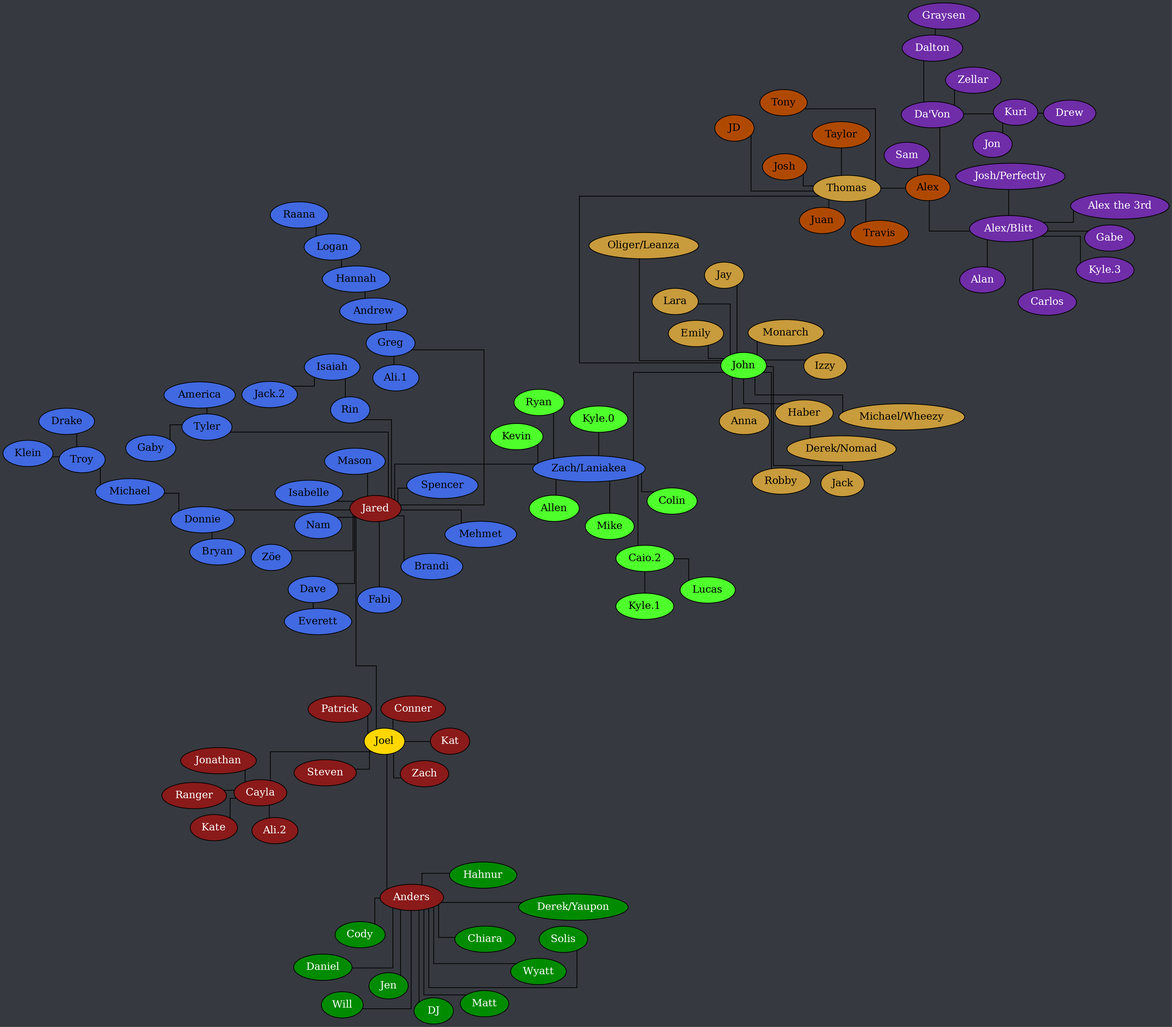
This is tree.png from Documidas/CoronaCatzFamilyTree, a Graphviz export, as it was before one commit. Its source is kept beside it as tree.dot.
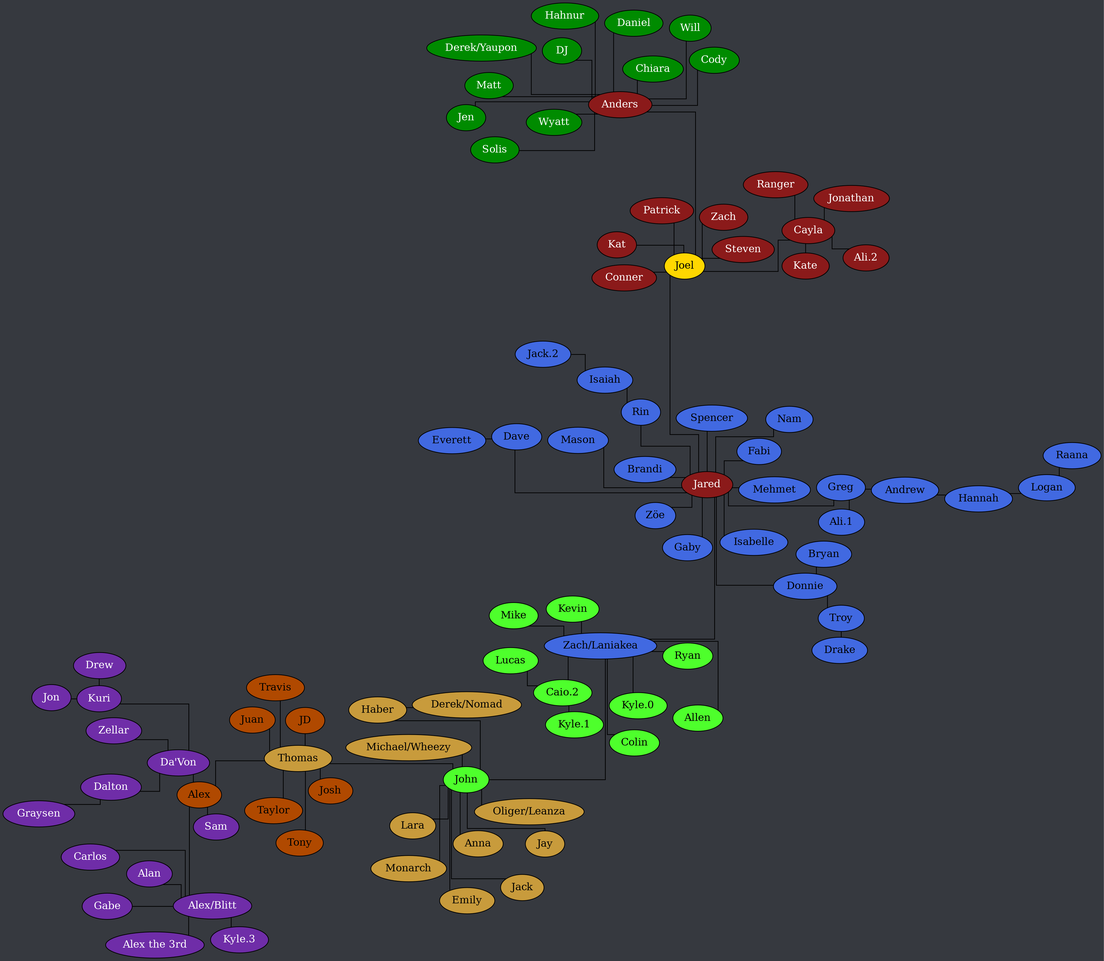
Above is the later version.

Commit message:
Remove members who left

What changed in the source:
```diff
@@ -51,7 +51,7 @@
 		Andrew -- Hannah;
 		Dave -- Everett;
 		Donnie -- Bryan;
-		Donnie -- Michael;
+		Donnie -- Troy;
 		Greg -- "Ali.1";
 		Greg -- Andrew;
 		Hannah -- Logan;
@@ -60,6 +60,7 @@
 		Jared -- Dave;
 		Jared -- Donnie;
 		Jared -- Fabi;
+		Jared -- Gaby;
 		Jared -- Greg;
 		Jared -- Isabelle;
 		Jared -- Mason;
@@ -67,16 +68,11 @@
 		Jared -- Nam;
 		Jared -- Rin;
 		Jared -- Spencer;
-		Jared -- Tyler;
 		Jared -- "Zach/Laniakea";
 		Jared -- "Zöe";
 		Logan -- Raana;
-		Michael -- Troy;
 		Rin -- Isaiah;
-		Tyler -- America;
-		Tyler -- Gaby;
 		Troy -- Drake;
-		Troy -- Klein;
 	}
 
 	subgraph "Zach/Laniakea" {
@@ -112,9 +108,7 @@
 	subgraph "John-stream" {
 		node [ style=filled fillcolor="#c89b3c" fontcolor="black" ];
 
-		John -- Izzy;
 		John -- "Michael/Wheezy";
-		John -- Robby;
 	}
 
 	subgraph "Thomas" {
@@ -140,7 +134,6 @@
 		"Alex/Blitt" -- Carlos;
 		"Alex/Blitt" -- Gabe;
 		"Alex/Blitt" -- "Kyle.3";
-		"Alex/Blitt" -- "Josh/Perfectly";
 		"Da'Von" -- Dalton;
 		"Da'Von" -- Kuri;
 		"Da'Von" -- Zellar;
```
